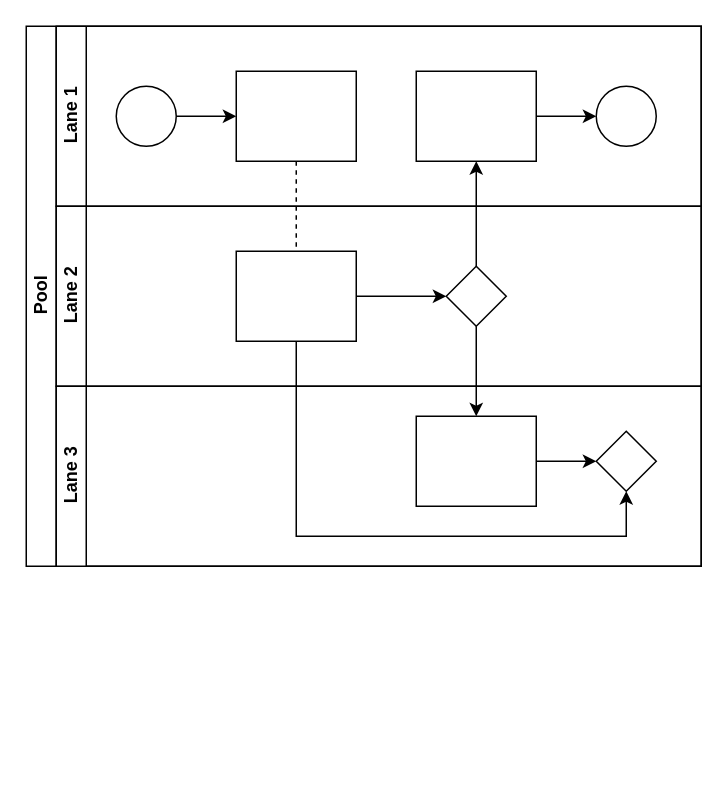
This is 测试.drawio from gudanrenao/draw.io, a draw.io file, before an edit. Source tidied: cells renumbered, new cells numbered last; positions are measured from the earlier drawing's top-left corner, leaving out a move shared by most shapes. Both pictures are drawn from the tidied source at 150%, with x=0, y=0 at pixel (26, 26).
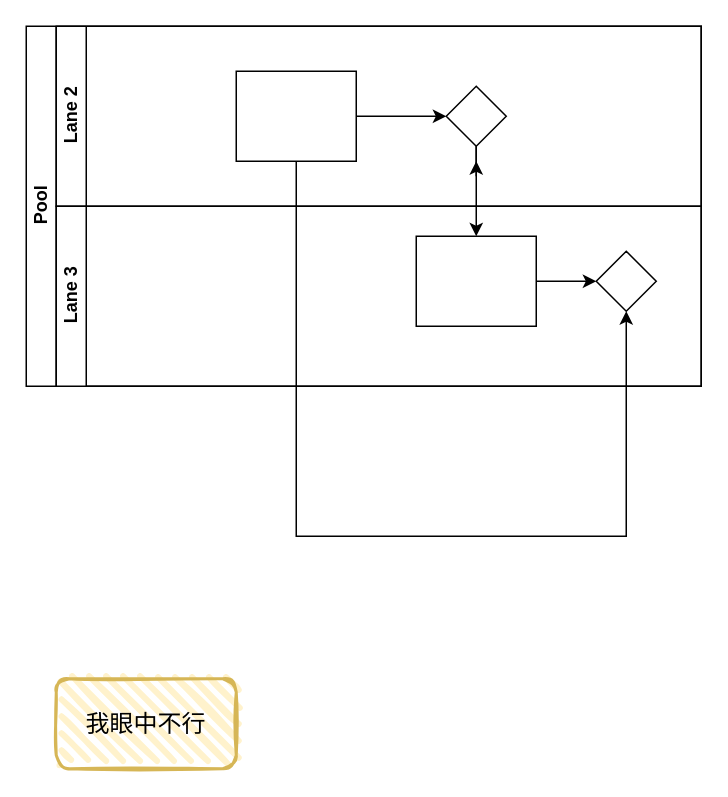
After the change.

Commit message:
更新测试第一次.drawio

Unchanged cells that the change refers to:
```xml
<mxCell id="16" style="rounded=0;whiteSpace=wrap;html=1;fontFamily=Helvetica;fontSize=12;fontColor=#000000;align=center;" parent="14" vertex="1">
  <mxGeometry x="120" y="30" width="80" height="60" as="geometry" />
</mxCell>
<mxCell id="17" style="rhombus;whiteSpace=wrap;html=1;fontFamily=Helvetica;fontSize=12;fontColor=#000000;align=center;" parent="14" vertex="1">
  <mxGeometry x="260" y="40" width="40" height="40" as="geometry" />
</mxCell>
```

Diff of the diagram source:
```diff
@@
     <mxCell id="2" value="Pool" style="swimlane;html=1;horizontal=0;startSize=20;" parent="1" vertex="1">
-      <mxGeometry width="450" height="360" as="geometry" />
+      <mxGeometry width="450" height="240" as="geometry" />
     </mxCell>
-    <mxCell id="3" style="edgeStyle=orthogonalEdgeStyle;rounded=0;jettySize=auto;html=1;dashed=1;endArrow=none;endFill=0;" parent="2" edge="1" source="10" target="16">
-      <mxGeometry relative="1" as="geometry" />
+    <mxCell id="3" style="edgeStyle=orthogonalEdgeStyle;rounded=0;jettySize=auto;html=1;dashed=1;endArrow=none;endFill=0;" parent="2" edge="1" target="16">
+      <mxGeometry relative="1" as="geometry">
+        <mxPoint x="180" y="90" as="sourcePoint" />
+      </mxGeometry>
     </mxCell>
-    <mxCell id="4" style="edgeStyle=orthogonalEdgeStyle;rounded=0;jettySize=auto;html=1;endArrow=classic;endFill=1;" parent="2" edge="1" source="17" target="12">
-      <mxGeometry relative="1" as="geometry" />
+    <mxCell id="4" style="edgeStyle=orthogonalEdgeStyle;rounded=0;jettySize=auto;html=1;endArrow=classic;endFill=1;" parent="2" edge="1" source="17">
+      <mxGeometry relative="1" as="geometry">
+        <mxPoint x="300" y="90" as="targetPoint" />
+      </mxGeometry>
     </mxCell>
@@
-    <mxCell id="7" value="Lane 1" style="swimlane;html=1;startSize=20;horizontal=0;" parent="2" vertex="1">
-      <mxGeometry x="20" width="430" height="120" as="geometry" />
-    </mxCell>
-    <mxCell id="8" style="edgeStyle=orthogonalEdgeStyle;rounded=0;jettySize=auto;html=1;" parent="7" edge="1" source="9" target="10">
-      <mxGeometry relative="1" as="geometry" />
-    </mxCell>
-    <mxCell id="9" style="ellipse;whiteSpace=wrap;html=1;" parent="7" vertex="1">
-      <mxGeometry x="40" y="40" width="40" height="40" as="geometry" />
-    </mxCell>
-    <mxCell id="10" style="rounded=0;whiteSpace=wrap;html=1;fontFamily=Helvetica;fontSize=12;fontColor=#000000;align=center;" parent="7" vertex="1">
-      <mxGeometry x="120" y="30" width="80" height="60" as="geometry" />
-    </mxCell>
-    <mxCell id="11" style="edgeStyle=orthogonalEdgeStyle;rounded=0;jettySize=auto;html=1;endArrow=classic;endFill=1;" parent="7" edge="1" source="12" target="13">
-      <mxGeometry relative="1" as="geometry" />
-    </mxCell>
-    <mxCell id="12" style="rounded=0;whiteSpace=wrap;html=1;fontFamily=Helvetica;fontSize=12;fontColor=#000000;align=center;" parent="7" vertex="1">
-      <mxGeometry x="240" y="30" width="80" height="60" as="geometry" />
-    </mxCell>
-    <mxCell id="13" style="ellipse;whiteSpace=wrap;html=1;" parent="7" vertex="1">
-      <mxGeometry x="360" y="40" width="40" height="40" as="geometry" />
-    </mxCell>
     <mxCell id="14" value="Lane 2" style="swimlane;html=1;startSize=20;horizontal=0;" parent="2" vertex="1">
-      <mxGeometry x="20" y="120" width="430" height="120" as="geometry" />
+      <mxGeometry x="20" width="430" height="120" as="geometry" />
     </mxCell>
@@
     <mxCell id="18" value="Lane 3" style="swimlane;html=1;startSize=20;horizontal=0;" parent="2" vertex="1">
-      <mxGeometry x="20" y="240" width="430" height="120" as="geometry" />
+      <mxGeometry x="20" y="120" width="430" height="120" as="geometry" />
     </mxCell>
@@
+    <mxCell id="22" value="&lt;font style=&quot;font-size: 16px;&quot;&gt;我眼中不行&lt;/font&gt;" style="rounded=1;whiteSpace=wrap;html=1;strokeWidth=2;fillWeight=4;hachureGap=8;hachureAngle=45;fillColor=#fff2cc;sketch=1;strokeColor=#d6b656;" parent="1" vertex="1">
+      <mxGeometry x="20" y="435" width="120" height="60" as="geometry" />
+    </mxCell>
```
